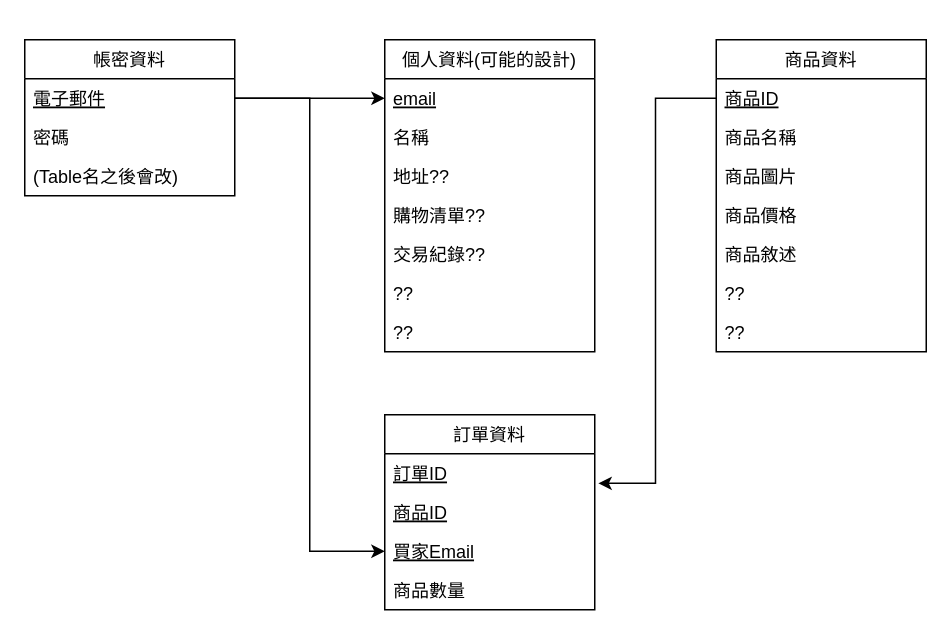
Above: DB.drawio in peter1421/SWE_Test (draw.io), before the change. Source tidied: cells renumbered, new cells numbered last; positions are measured from the earlier drawing's top-left corner, leaving out a move shared by most shapes. Both pictures are drawn from the tidied source at 150%, with x=0, y=0 at pixel (24, 39).
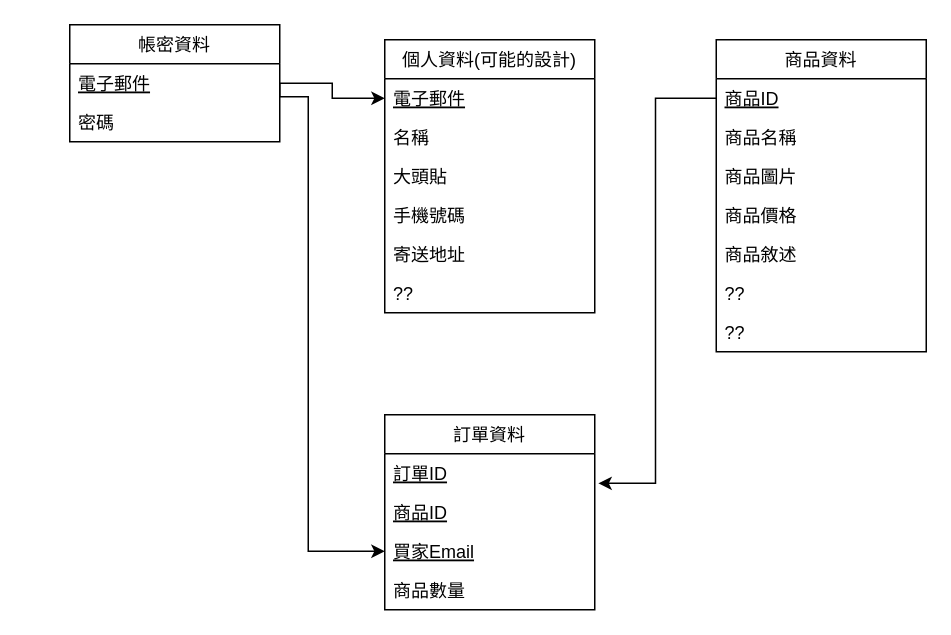
Above is the later version.

Unchanged cells that the change refers to:
```xml
<mxCell id="3" value="電子郵件" style="text;strokeColor=none;fillColor=none;align=left;verticalAlign=top;spacingLeft=4;spacingRight=4;overflow=hidden;points=[[0,0.5],[1,0.5]];portConstraint=eastwest;fontStyle=4;" parent="2" vertex="1">
  <mxGeometry y="26" width="140" height="26" as="geometry" />
</mxCell>
<mxCell id="26" value="買家Email" style="text;strokeColor=none;fillColor=none;align=left;verticalAlign=top;spacingLeft=4;spacingRight=4;overflow=hidden;points=[[0,0.5],[1,0.5]];portConstraint=eastwest;fontStyle=4;" parent="23" vertex="1">
  <mxGeometry y="78" width="140" height="26" as="geometry" />
</mxCell>
```

Diff of the diagram source:
```diff
@@
     <mxCell id="2" value="帳密資料" style="swimlane;fontStyle=0;horizontal=1;startSize=26;fillColor=none;" parent="1" vertex="1">
-      <mxGeometry width="140" height="104" as="geometry" />
+      <mxGeometry x="30" y="-10" width="140" height="78" as="geometry" />
     </mxCell>
@@
-    <mxCell id="5" value="(Table名之後會改)" style="text;strokeColor=none;fillColor=none;align=left;verticalAlign=top;spacingLeft=4;spacingRight=4;overflow=hidden;" parent="2" vertex="1">
-      <mxGeometry y="78" width="140" height="26" as="geometry" />
-    </mxCell>
@@
     <mxCell id="7" value="個人資料(可能的設計)" style="swimlane;fontStyle=0;horizontal=1;startSize=26;fillColor=none;" parent="1" vertex="1">
-      <mxGeometry x="240" width="140" height="208" as="geometry" />
+      <mxGeometry x="240" width="140" height="182" as="geometry" />
     </mxCell>
-    <mxCell id="8" value="email" style="text;strokeColor=none;fillColor=none;align=left;verticalAlign=top;spacingLeft=4;spacingRight=4;overflow=hidden;points=[[0,0.5],[1,0.5]];portConstraint=eastwest;fontStyle=4;" parent="7" vertex="1">
+    <mxCell id="8" value="電子郵件" style="text;strokeColor=none;fillColor=none;align=left;verticalAlign=top;spacingLeft=4;spacingRight=4;overflow=hidden;points=[[0,0.5],[1,0.5]];portConstraint=eastwest;fontStyle=4;" parent="7" vertex="1">
       <mxGeometry y="26" width="140" height="26" as="geometry" />
     </mxCell>
@@
-    <mxCell id="10" value="地址??" style="text;strokeColor=none;fillColor=none;align=left;verticalAlign=top;spacingLeft=4;spacingRight=4;overflow=hidden;" parent="7" vertex="1">
-      <mxGeometry y="78" width="140" height="26" as="geometry" />
-    </mxCell>
+    <mxCell id="13" value="大頭貼" style="text;strokeColor=none;fillColor=none;align=left;verticalAlign=top;spacingLeft=4;spacingRight=4;overflow=hidden;" parent="7" vertex="1">
+      <mxGeometry y="78" width="140" height="26" as="geometry" />
+    </mxCell>
-    <mxCell id="11" value="購物清單??" style="text;strokeColor=none;fillColor=none;align=left;verticalAlign=top;spacingLeft=4;spacingRight=4;overflow=hidden;" parent="7" vertex="1">
+    <mxCell id="11" value="手機號碼" style="text;strokeColor=none;fillColor=none;align=left;verticalAlign=top;spacingLeft=4;spacingRight=4;overflow=hidden;" parent="7" vertex="1">
       <mxGeometry y="104" width="140" height="26" as="geometry" />
     </mxCell>
-    <mxCell id="12" value="交易紀錄??" style="text;strokeColor=none;fillColor=none;align=left;verticalAlign=top;spacingLeft=4;spacingRight=4;overflow=hidden;" parent="7" vertex="1">
+    <mxCell id="12" value="寄送地址" style="text;strokeColor=none;fillColor=none;align=left;verticalAlign=top;spacingLeft=4;spacingRight=4;overflow=hidden;" parent="7" vertex="1">
       <mxGeometry y="130" width="140" height="26" as="geometry" />
     </mxCell>
-    <mxCell id="13" value="??" style="text;strokeColor=none;fillColor=none;align=left;verticalAlign=top;spacingLeft=4;spacingRight=4;overflow=hidden;" parent="7" vertex="1">
-      <mxGeometry y="156" width="140" height="26" as="geometry" />
-    </mxCell>
     <mxCell id="14" value="??" style="text;strokeColor=none;fillColor=none;align=left;verticalAlign=top;spacingLeft=4;spacingRight=4;overflow=hidden;" parent="7" vertex="1">
-      <mxGeometry y="182" width="140" height="26" as="geometry" />
+      <mxGeometry y="156" width="140" height="26" as="geometry" />
     </mxCell>
@@
     <mxCell id="28" style="edgeStyle=orthogonalEdgeStyle;rounded=0;jettySize=auto;html=1;exitX=1;exitY=0.5;exitDx=0;exitDy=0;entryX=0;entryY=0.5;entryDx=0;entryDy=0;" parent="1" edge="1" source="3" target="26">
-      <mxGeometry relative="1" as="geometry" />
+      <mxGeometry relative="1" as="geometry">
+        <Array as="points">
+          <mxPoint x="189" y="38" />
+          <mxPoint x="189" y="341" />
+        </Array>
+      </mxGeometry>
     </mxCell>
```
